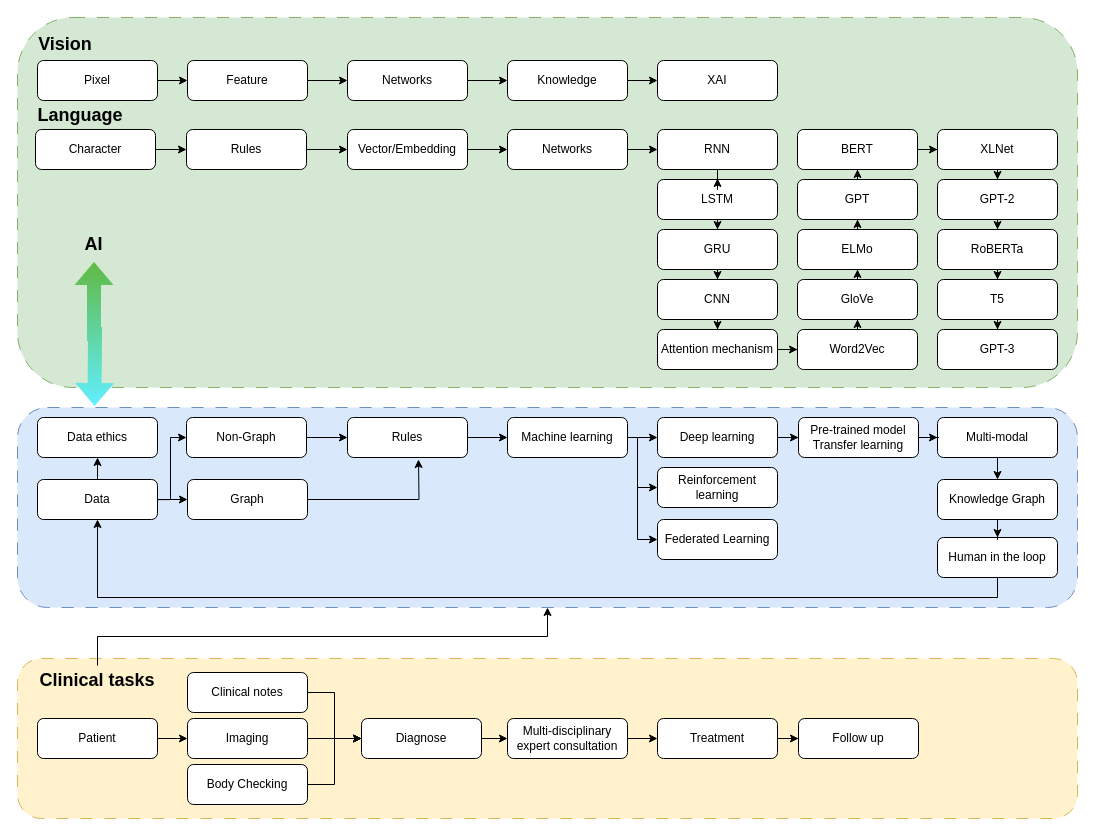
Before: page "Career routine" (6 of 8) of Fig_CS/Figure-Factory.drawio in jizhang02/Figure-Factory, a draw.io diagram. Source tidied: cells renumbered, new cells numbered last; positions are measured from the earlier drawing's top-left corner, leaving out a move shared by most shapes. Both pictures are drawn from the tidied source at 100%, with x=0, y=0 at pixel (17, 17).
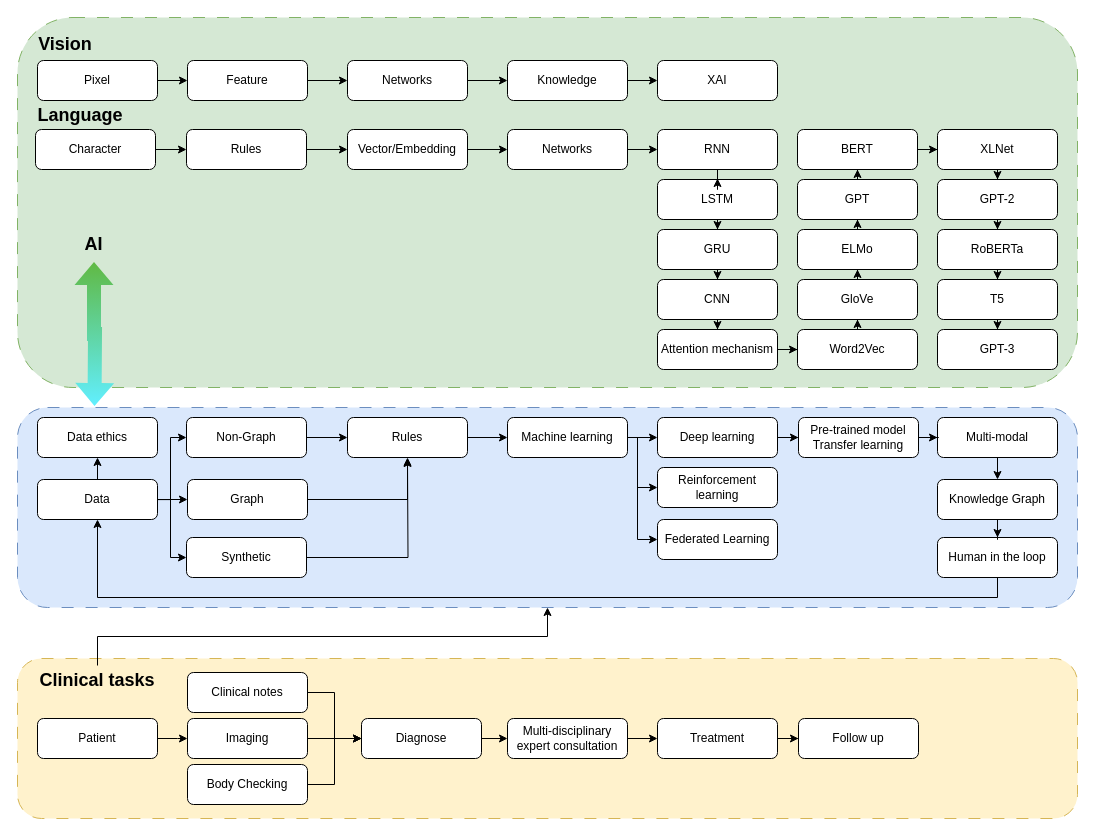
The same page after the edit.

The change refers to these unchanged cells:
```xml
<mxCell id="17" value="Graph" style="rounded=1;whiteSpace=wrap;html=1;" parent="1" vertex="1">
  <mxGeometry x="170" y="462" width="120" height="40" as="geometry" />
</mxCell>
<mxCell id="76" value="Rules" style="rounded=1;whiteSpace=wrap;html=1;" parent="1" vertex="1">
  <mxGeometry x="330" y="400" width="120" height="40" as="geometry" />
</mxCell>
```

What changed in the source:
```diff
@@
-    <mxCell id="16" style="edgeStyle=orthogonalEdgeStyle;rounded=0;jettySize=auto;html=1;" parent="1" edge="1" source="17">
-      <mxGeometry relative="1" as="geometry">
-        <mxPoint x="401" y="442" as="targetPoint" />
-      </mxGeometry>
-    </mxCell>
+    <mxCell id="100" style="edgeStyle=orthogonalEdgeStyle;rounded=0;jettySize=auto;html=1;entryX=0.5;entryY=1;entryDx=0;entryDy=0;" parent="1" edge="1" source="17" target="76">
+      <mxGeometry relative="1" as="geometry" />
+    </mxCell>
@@
+    <mxCell id="101" style="edgeStyle=orthogonalEdgeStyle;rounded=0;jettySize=auto;html=1;entryX=0;entryY=0.5;entryDx=0;entryDy=0;" parent="1" edge="1" target="103">
+      <mxGeometry relative="1" as="geometry">
+        <mxPoint x="144" y="482" as="sourcePoint" />
+        <Array as="points">
+          <mxPoint x="153" y="482" />
+          <mxPoint x="153" y="540" />
+        </Array>
+      </mxGeometry>
+    </mxCell>
@@
+    <mxCell id="102" style="edgeStyle=orthogonalEdgeStyle;rounded=0;jettySize=auto;html=1;" parent="1" edge="1" source="103">
+      <mxGeometry relative="1" as="geometry">
+        <mxPoint x="390" y="441" as="targetPoint" />
+      </mxGeometry>
+    </mxCell>
+    <mxCell id="103" value="Synthetic" style="rounded=1;whiteSpace=wrap;html=1;" parent="1" vertex="1">
+      <mxGeometry x="169" y="520" width="120" height="40" as="geometry" />
+    </mxCell>
```
